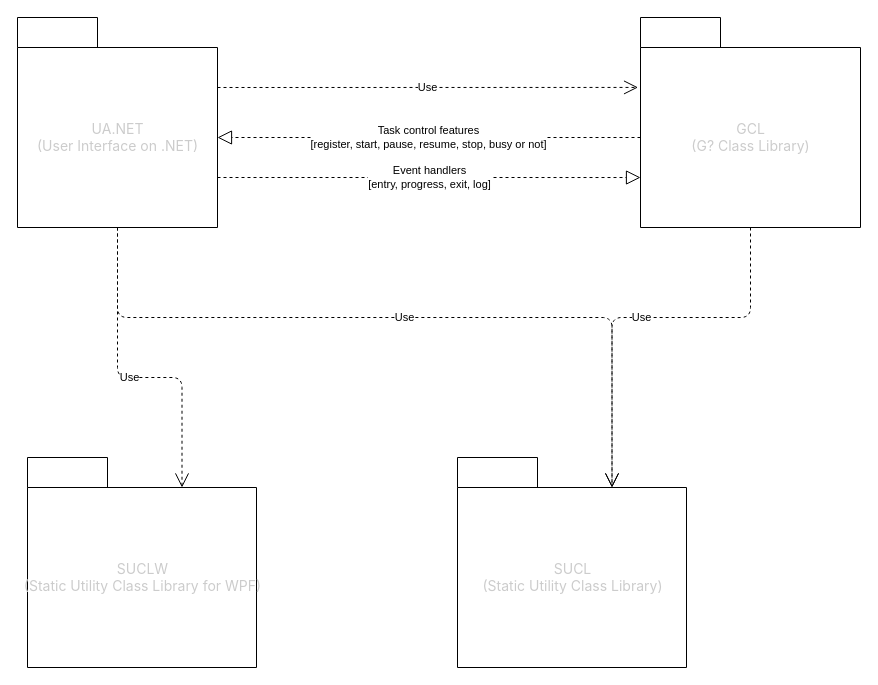
gtuja/GCL keeps this draw.io diagram as _document/Specification/SystemRequirementSpecification/Deliverables/HighLevelDesign.drawio. Above is the earlier version. Source tidied: cells renumbered, new cells numbered last; positions are measured from the earlier drawing's top-left corner, leaving out a move shared by most shapes. Both pictures are drawn from the tidied source at 100%, with x=0, y=0 at pixel (17, 17).
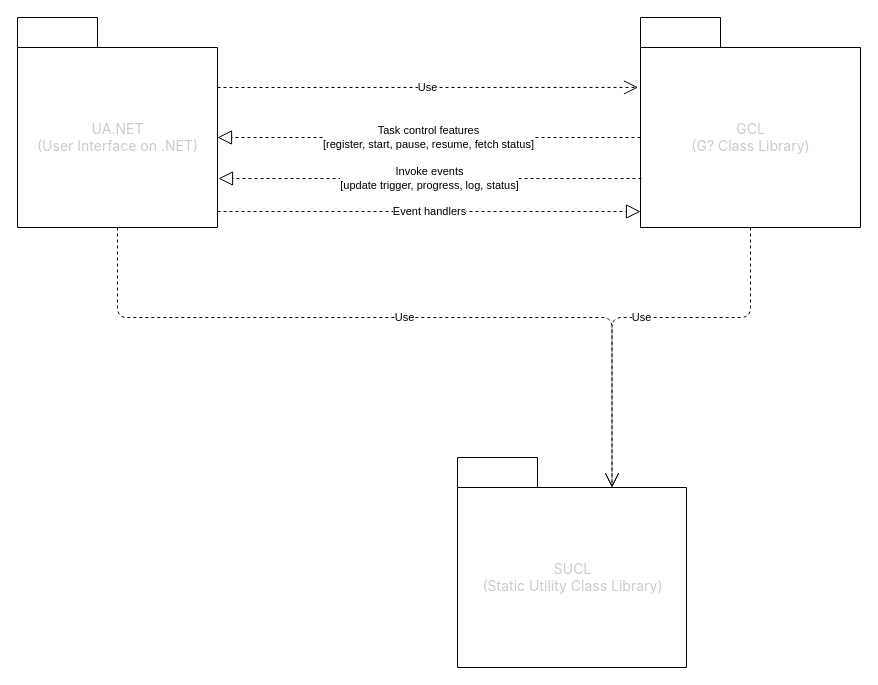
Above is the later version.

What changed in the source:
```diff
@@
 <mxGraphModel>
   <root>
     <mxCell id="0" />
     <mxCell id="1" parent="0" />
     <mxCell id="2" value="&lt;span style=&quot;color: rgb(204, 204, 204); font-family: -apple-system, BlinkMacSystemFont, &amp;quot;Segoe WPC&amp;quot;, &amp;quot;Segoe UI&amp;quot;, system-ui, Ubuntu, &amp;quot;Droid Sans&amp;quot;, sans-serif; font-size: 14px; font-weight: 400; text-align: left;&quot;&gt;GCL&lt;br&gt;(G? Class Library)&lt;br&gt;&lt;/span&gt;" style="shape=folder;fontStyle=1;tabWidth=80;tabHeight=30;tabPosition=left;html=1;boundedLbl=1;" parent="1" vertex="1">
       <mxGeometry x="623" width="220" height="210" as="geometry" />
     </mxCell>
     <mxCell id="3" value="&lt;span style=&quot;color: rgb(204, 204, 204); font-family: -apple-system, BlinkMacSystemFont, &amp;quot;Segoe WPC&amp;quot;, &amp;quot;Segoe UI&amp;quot;, system-ui, Ubuntu, &amp;quot;Droid Sans&amp;quot;, sans-serif; font-size: 14px; font-weight: 400; text-align: left;&quot;&gt;UA.NET&lt;br&gt;(User Interface on .NET)&lt;br&gt;&lt;/span&gt;" style="shape=folder;fontStyle=1;tabWidth=80;tabHeight=30;tabPosition=left;html=1;boundedLbl=1;" parent="1" vertex="1">
       <mxGeometry width="200" height="210" as="geometry" />
     </mxCell>
     <mxCell id="4" value="&lt;span style=&quot;color: rgb(204, 204, 204); font-family: -apple-system, BlinkMacSystemFont, &amp;quot;Segoe WPC&amp;quot;, &amp;quot;Segoe UI&amp;quot;, system-ui, Ubuntu, &amp;quot;Droid Sans&amp;quot;, sans-serif; font-size: 14px; font-weight: 400; text-align: left;&quot;&gt;SUCL&lt;br&gt;(Static Utility Class Library)&lt;br&gt;&lt;/span&gt;" style="shape=folder;fontStyle=1;tabWidth=80;tabHeight=30;tabPosition=left;html=1;boundedLbl=1;" parent="1" vertex="1">
       <mxGeometry x="440" y="440" width="229" height="210" as="geometry" />
     </mxCell>
     <mxCell id="5" value="Use" style="endArrow=open;endSize=12;dashed=1;html=1;entryX=-0.011;entryY=0.333;entryDx=0;entryDy=0;entryPerimeter=0;" parent="1" edge="1" target="2">
       <mxGeometry relative="1" as="geometry">
         <mxPoint x="200" y="70" as="sourcePoint" />
       </mxGeometry>
     </mxCell>
-    <mxCell id="6" value="Event handlers&lt;br&gt;[entry, progress, exit, log]" style="endArrow=block;dashed=1;endFill=0;endSize=12;html=1;entryX=0;entryY=0.762;entryDx=0;entryDy=0;entryPerimeter=0;" parent="1" edge="1" target="2">
+    <mxCell id="6" value="Event handlers" style="endArrow=block;dashed=1;endFill=0;endSize=12;html=1;entryX=0;entryY=0.762;entryDx=0;entryDy=0;entryPerimeter=0;" parent="1" edge="1">
       <mxGeometry relative="1" as="geometry">
-        <mxPoint x="200" y="160" as="sourcePoint" />
+        <mxPoint x="200" y="194" as="sourcePoint" />
+        <mxPoint x="623" y="194" as="targetPoint" />
       </mxGeometry>
     </mxCell>
-    <mxCell id="7" value="Task control features&lt;br&gt;[register, start, pause, resume, stop, busy or not]" style="endArrow=block;dashed=1;endFill=0;endSize=12;html=1;exitX=0;exitY=0;exitDx=0;exitDy=120;exitPerimeter=0;entryX=0;entryY=0;entryDx=200;entryDy=120;entryPerimeter=0;" parent="1" edge="1" source="2" target="3">
+    <mxCell id="7" value="Task control features&lt;br&gt;[register, start, pause, resume, fetch status]" style="endArrow=block;dashed=1;endFill=0;endSize=12;html=1;exitX=0;exitY=0;exitDx=0;exitDy=120;exitPerimeter=0;entryX=0;entryY=0;entryDx=200;entryDy=120;entryPerimeter=0;" parent="1" edge="1" source="2" target="3">
       <mxGeometry relative="1" as="geometry" />
     </mxCell>
     <mxCell id="8" value="Use" style="endArrow=open;endSize=12;dashed=1;html=1;exitX=0.5;exitY=1;exitDx=0;exitDy=0;exitPerimeter=0;entryX=0;entryY=0;entryDx=154.5;entryDy=30;entryPerimeter=0;edgeStyle=orthogonalEdgeStyle;" parent="1" edge="1" source="3" target="4">
       <mxGeometry relative="1" as="geometry">
         <Array as="points">
           <mxPoint x="100" y="300" />
           <mxPoint x="594" y="300" />
         </Array>
       </mxGeometry>
     </mxCell>
     <mxCell id="9" value="Use" style="endArrow=open;endSize=12;dashed=1;html=1;exitX=0.5;exitY=1;exitDx=0;exitDy=0;exitPerimeter=0;entryX=0;entryY=0;entryDx=154.5;entryDy=30;entryPerimeter=0;edgeStyle=orthogonalEdgeStyle;" parent="1" edge="1" source="2" target="4">
       <mxGeometry relative="1" as="geometry">
         <Array as="points">
           <mxPoint x="733" y="300" />
           <mxPoint x="595" y="300" />
         </Array>
       </mxGeometry>
     </mxCell>
-    <mxCell id="10" value="&lt;span style=&quot;color: rgb(204, 204, 204); font-family: -apple-system, BlinkMacSystemFont, &amp;quot;Segoe WPC&amp;quot;, &amp;quot;Segoe UI&amp;quot;, system-ui, Ubuntu, &amp;quot;Droid Sans&amp;quot;, sans-serif; font-size: 14px; font-weight: 400; text-align: left;&quot;&gt;SUCLW&lt;br&gt;(Static Utility Class Library for WPF)&lt;br&gt;&lt;/span&gt;" style="shape=folder;fontStyle=1;tabWidth=80;tabHeight=30;tabPosition=left;html=1;boundedLbl=1;" parent="1" vertex="1">
-      <mxGeometry x="10" y="440" width="229" height="210" as="geometry" />
-    </mxCell>
-    <mxCell id="11" value="Use" style="endArrow=open;endSize=12;dashed=1;html=1;exitX=0.5;exitY=1;exitDx=0;exitDy=0;exitPerimeter=0;entryX=0;entryY=0;entryDx=154.5;entryDy=30;entryPerimeter=0;edgeStyle=orthogonalEdgeStyle;" parent="1" edge="1" source="3" target="10">
-      <mxGeometry relative="1" as="geometry">
-        <Array as="points">
-          <mxPoint x="100" y="360" />
-          <mxPoint x="164" y="360" />
-        </Array>
-      </mxGeometry>
-    </mxCell>
+    <mxCell id="12" value="Invoke events&lt;br&gt;[update trigger, progress, log, status]" style="endArrow=block;dashed=1;endFill=0;endSize=12;html=1;exitX=0;exitY=0;exitDx=0;exitDy=120;exitPerimeter=0;entryX=0;entryY=0;entryDx=200;entryDy=120;entryPerimeter=0;" parent="1" edge="1">
+      <mxGeometry relative="1" as="geometry">
+        <mxPoint x="624" y="161" as="sourcePoint" />
+        <mxPoint x="201" y="161" as="targetPoint" />
+      </mxGeometry>
+    </mxCell>
   </root>
 </mxGraphModel>
```
